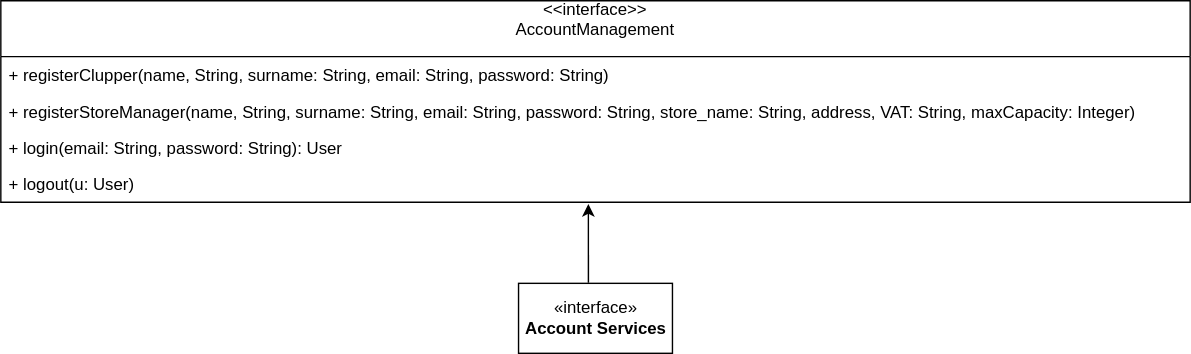
This is assets/component_interface_diagrams/account_management_component_interface_diagram.svg from ferrohd/CLup, a draw.io export, as it was before one commit. Source tidied: cells renumbered, new cells last; positions are measured from the earlier drawing's top-left corner, leaving out a move shared by most shapes.
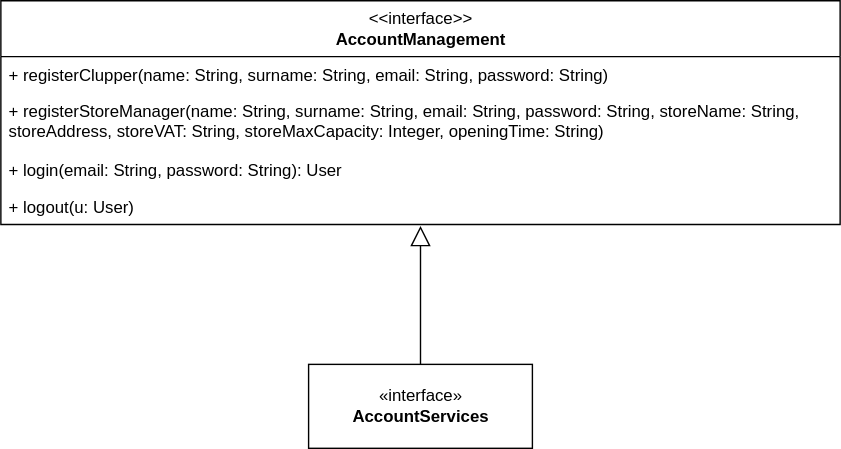
The same diagram one commit later.

Diff of the diagram source:
```diff
@@ -2,26 +2,26 @@
   <root>
     <mxCell id="0" />
     <mxCell id="1" parent="0" />
+    <mxCell id="8" style="edgeStyle=orthogonalEdgeStyle;rounded=0;jettySize=auto;html=1;exitX=0.5;exitY=0;exitDx=0;exitDy=0;entryX=0.5;entryY=1.038;entryDx=0;entryDy=0;entryPerimeter=0;endArrow=block;endFill=0;shadow=0;jumpSize=6;endSize=12;" parent="1" edge="1" source="2" target="7">
+      <mxGeometry relative="1" as="geometry" />
+    </mxCell>
-    <mxCell id="2" value="«interface»&lt;br&gt;&lt;b&gt;Account Services&lt;br&gt;&lt;/b&gt;" style="html=1;" parent="1" vertex="1">
-      <mxGeometry x="370" y="202" width="110" height="50" as="geometry" />
+    <mxCell id="2" value="«interface»&lt;br&gt;&lt;b&gt;AccountServices&lt;br&gt;&lt;/b&gt;" style="html=1;" parent="1" vertex="1">
+      <mxGeometry x="190" y="62" width="160" height="60" as="geometry" />
     </mxCell>
-    <mxCell id="3" value="&lt;&lt;interface&gt;&gt;&#10;AccountManagement&#10;" style="swimlane;fontStyle=0;horizontal=1;startSize=40;fillColor=none;" parent="1" vertex="1">
-      <mxGeometry width="850" height="144" as="geometry" />
+    <mxCell id="3" value="&amp;lt;&amp;lt;interface&amp;gt;&amp;gt;&lt;br&gt;&lt;b&gt;AccountManagement&lt;/b&gt;" style="swimlane;fontStyle=0;horizontal=1;startSize=40;fillColor=none;html=1;" parent="1" vertex="1">
+      <mxGeometry x="-30" y="-198" width="600" height="160" as="geometry" />
     </mxCell>
-    <mxCell id="4" value="+ registerClupper(name, String, surname: String, email: String, password: String)" style="text;strokeColor=none;fillColor=none;align=left;verticalAlign=top;spacingLeft=4;spacingRight=4;overflow=hidden;" parent="3" vertex="1">
-      <mxGeometry y="40" width="850" height="26" as="geometry" />
+    <mxCell id="4" value="+ registerClupper(name: String, surname: String, email: String, password: String)" style="text;strokeColor=none;fillColor=none;align=left;verticalAlign=top;spacingLeft=4;spacingRight=4;overflow=hidden;" parent="3" vertex="1">
+      <mxGeometry y="40" width="600" height="26" as="geometry" />
     </mxCell>
-    <mxCell id="5" value="+ registerStoreManager(name, String, surname: String, email: String, password: String, store_name: String, address, VAT: String, maxCapacity: Integer)" style="text;strokeColor=none;fillColor=none;align=left;verticalAlign=top;spacingLeft=4;spacingRight=4;overflow=hidden;" parent="3" vertex="1">
-      <mxGeometry y="66" width="850" height="26" as="geometry" />
+    <mxCell id="5" value="+ registerStoreManager(name: String, surname: String, email: String, password: String, storeName: String, &#10;storeAddress, storeVAT: String, storeMaxCapacity: Integer, openingTime: String)" style="text;strokeColor=none;fillColor=none;align=left;verticalAlign=top;spacingLeft=4;spacingRight=4;overflow=hidden;" parent="3" vertex="1">
+      <mxGeometry y="66" width="600" height="42" as="geometry" />
     </mxCell>
     <mxCell id="6" value="+ login(email: String, password: String): User" style="text;strokeColor=none;fillColor=none;align=left;verticalAlign=top;spacingLeft=4;spacingRight=4;overflow=hidden;" parent="3" vertex="1">
-      <mxGeometry y="92" width="850" height="26" as="geometry" />
+      <mxGeometry y="108" width="600" height="26" as="geometry" />
     </mxCell>
     <mxCell id="7" value="+ logout(u: User)" style="text;strokeColor=none;fillColor=none;align=left;verticalAlign=top;spacingLeft=4;spacingRight=4;overflow=hidden;points=[[0,0.5],[1,0.5]];portConstraint=eastwest;" parent="3" vertex="1">
-      <mxGeometry y="118" width="850" height="26" as="geometry" />
+      <mxGeometry y="134" width="600" height="26" as="geometry" />
     </mxCell>
-    <mxCell id="8" style="endArrow=classic;html=1;exitX=0.454;exitY=-0.007;exitDx=0;exitDy=0;entryX=0.494;entryY=1.049;entryDx=0;entryDy=0;entryPerimeter=0;exitPerimeter=0;" parent="1" edge="1" source="2" target="7">
-      <mxGeometry relative="1" as="geometry" />
-    </mxCell>
   </root>
 </mxGraphModel>
```
